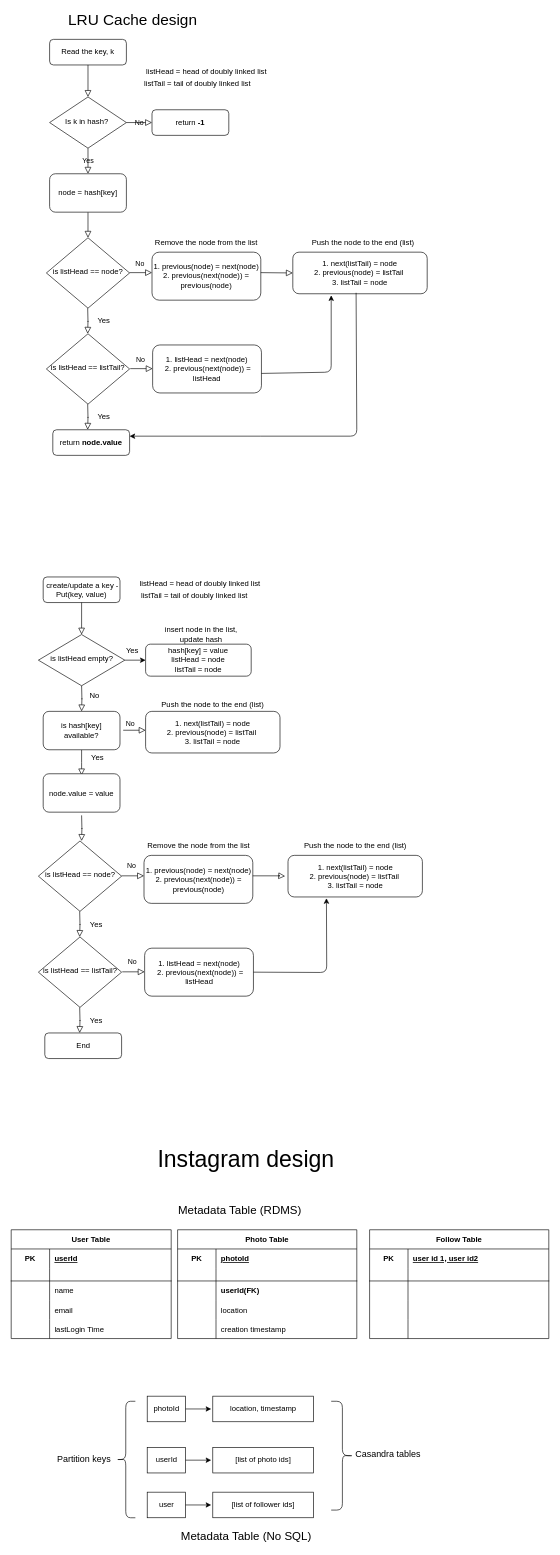
This is Untitled Diagram.drawio from hawaijar/FireLeetcode, a draw.io file, before an edit. Source tidied: cells renumbered, new cells numbered last; positions are measured from the earlier drawing's top-left corner, leaving out a move shared by most shapes. Both pictures are drawn from the tidied source at 64%, with x=0, y=0 at pixel (11, 13).
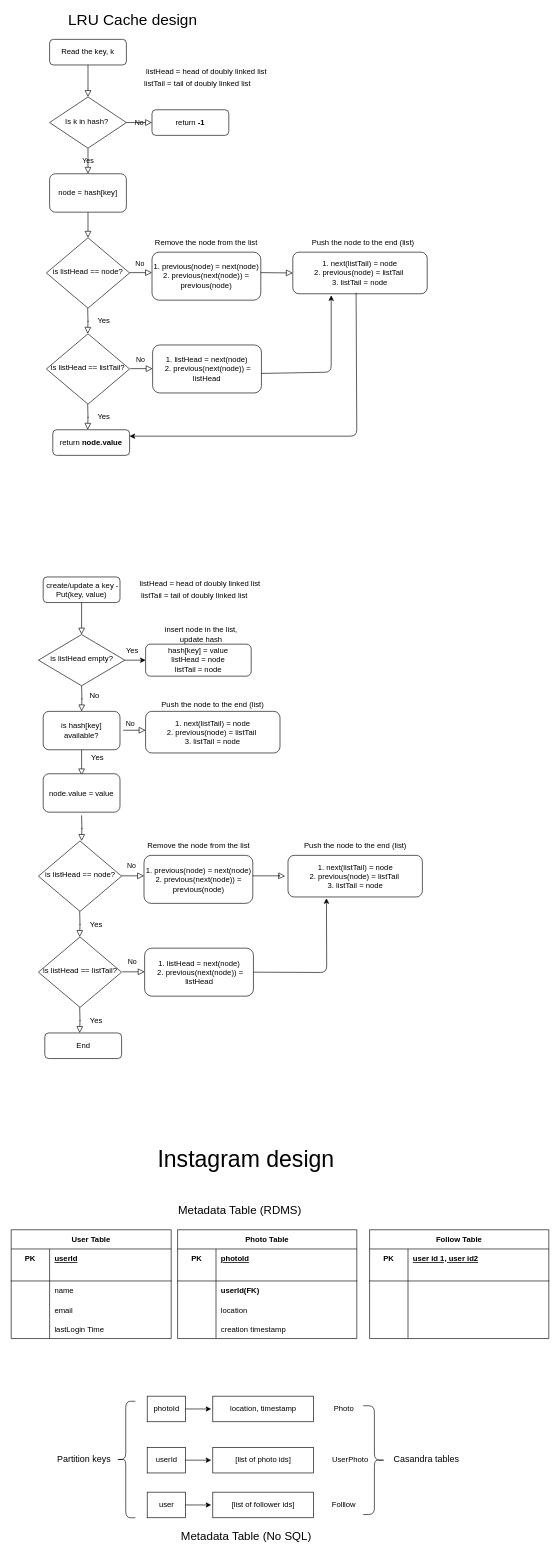
The same page after the edit.

Commit message:
updated design page

Change to the diagram source:
```diff
@@
     <mxCell id="125" style="shape=curlyBracket;whiteSpace=wrap;html=1;rounded=1;flipH=1;" parent="1" vertex="1">
-      <mxGeometry x="500" y="2168" width="35" height="170" as="geometry" />
+      <mxGeometry x="550" y="2175" width="35" height="170" as="geometry" />
     </mxCell>
     <mxCell id="126" value="&lt;font style=&quot;font-size: 14px&quot;&gt;Casandra tables&lt;/font&gt;" style="text;html=1;strokeColor=none;fillColor=none;align=center;verticalAlign=middle;whiteSpace=wrap;rounded=0;" parent="1" vertex="1">
-      <mxGeometry x="535" y="2240" width="107.5" height="20" as="geometry" />
+      <mxGeometry x="595" y="2249" width="107.5" height="20" as="geometry" />
     </mxCell>
@@
+    <mxCell id="129" value="Photo" style="text;html=1;strokeColor=none;fillColor=none;align=center;verticalAlign=middle;whiteSpace=wrap;rounded=0;" parent="1" vertex="1">
+      <mxGeometry x="500" y="2170" width="40" height="20" as="geometry" />
+    </mxCell>
+    <mxCell id="130" value="UserPhoto" style="text;html=1;strokeColor=none;fillColor=none;align=center;verticalAlign=middle;whiteSpace=wrap;rounded=0;" parent="1" vertex="1">
+      <mxGeometry x="510" y="2250" width="40" height="20" as="geometry" />
+    </mxCell>
+    <mxCell id="131" value="Folllow" style="text;html=1;strokeColor=none;fillColor=none;align=center;verticalAlign=middle;whiteSpace=wrap;rounded=0;" parent="1" vertex="1">
+      <mxGeometry x="500" y="2320" width="40" height="20" as="geometry" />
+    </mxCell>
```
